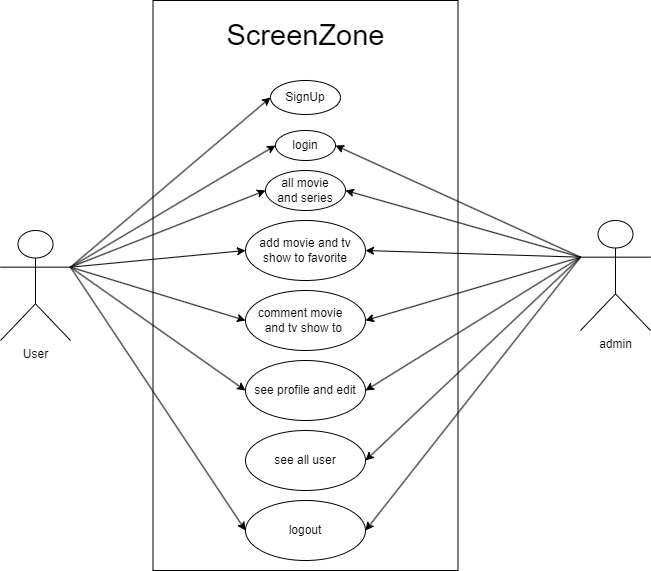
Earlier version of the draw.io export usecase.png (nawafaotayf/showslist-portal). Source tidied: cells renumbered, new cells last; positions are measured from the earlier drawing's top-left corner, leaving out a move shared by most shapes.
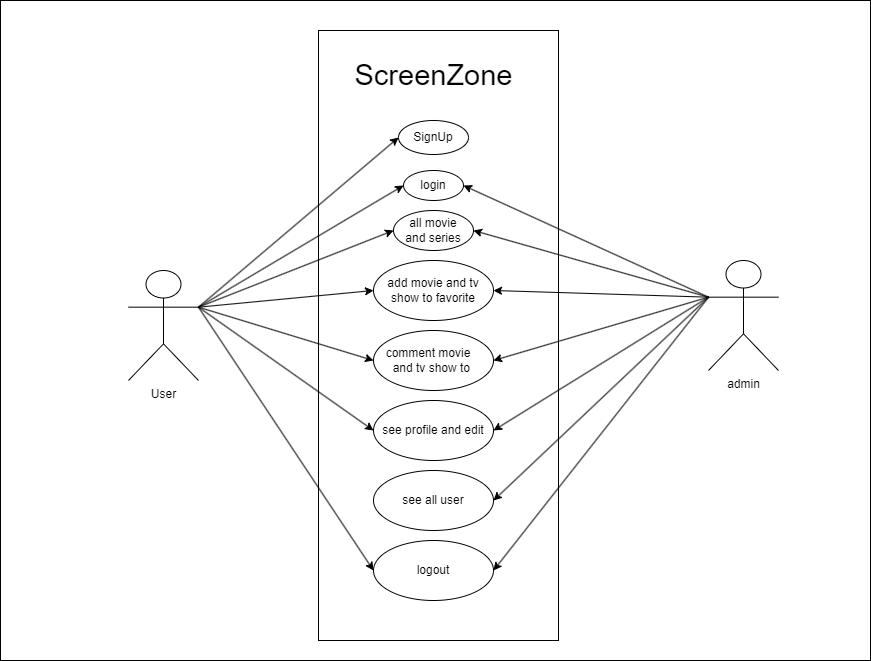
After the change.

What changed in the source:
```diff
@@ -2,6 +2,12 @@
   <root>
     <mxCell id="0" />
     <mxCell id="1" parent="0" />
+    <mxCell id="28" style="rounded=0;whiteSpace=wrap;html=1;" parent="1" vertex="1">
+      <mxGeometry x="-128" y="-40" width="870" height="660" as="geometry" />
+    </mxCell>
+    <mxCell id="29" style="rounded=0;whiteSpace=wrap;html=1;" parent="1" vertex="1">
+      <mxGeometry x="190" y="-10" width="240" height="610" as="geometry" />
+    </mxCell>
     <mxCell id="2" value="User&lt;br&gt;" style="shape=umlActor;verticalLabelPosition=bottom;verticalAlign=top;html=1;outlineConnect=0;" parent="1" vertex="1">
       <mxGeometry y="230" width="70" height="110" as="geometry" />
     </mxCell>
@@ -74,9 +80,6 @@
     <mxCell id="25" style="endArrow=classic;html=1;rounded=0;entryX=1;entryY=0.5;entryDx=0;entryDy=0;exitX=0;exitY=0.3333333333333333;exitDx=0;exitDy=0;exitPerimeter=0;" parent="1" edge="1" source="3" target="11">
       <mxGeometry relative="1" as="geometry" />
     </mxCell>
-    <mxCell id="26" style="rounded=0;whiteSpace=wrap;html=1;fillColor=none;" parent="1" vertex="1">
-      <mxGeometry x="152.5" width="305" height="570" as="geometry" />
-    </mxCell>
     <mxCell id="27" value="ScreenZone" style="text;html=1;align=center;verticalAlign=middle;strokeColor=none;fillColor=none;fontSize=29;" parent="1" vertex="1">
       <mxGeometry x="215" y="10" width="180" height="50" as="geometry" />
     </mxCell>
```
